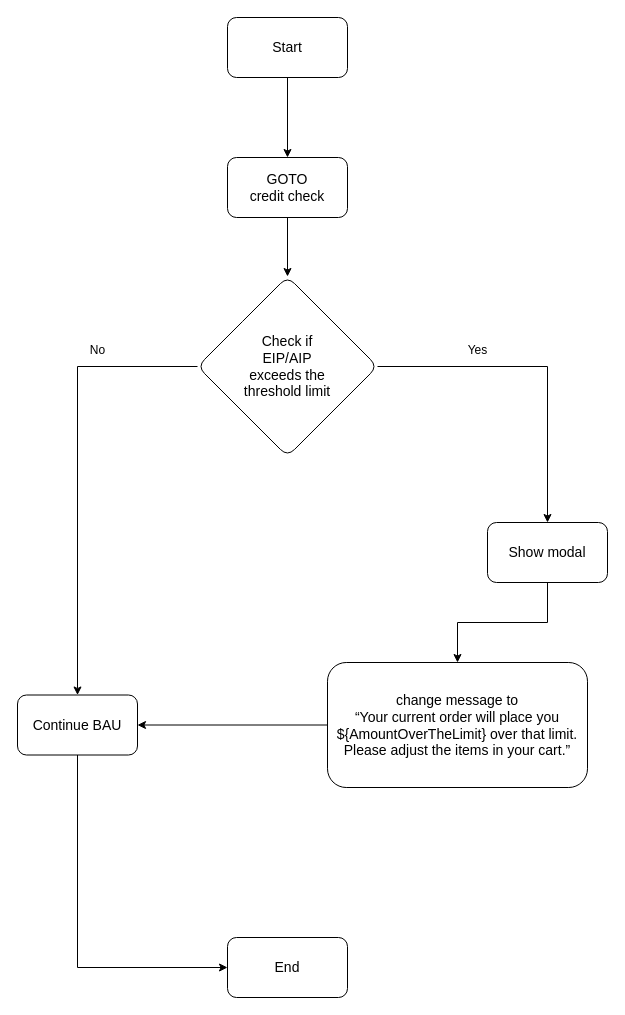
This is USCC-26075.drawio from PratikBali/flowchart, a draw.io file, before an edit. Source tidied: cells renumbered, new cells numbered last; positions are measured from the earlier drawing's top-left corner, leaving out a move shared by most shapes. Both pictures are drawn from the tidied source at 100%, with x=0, y=0 at pixel (17, 17).
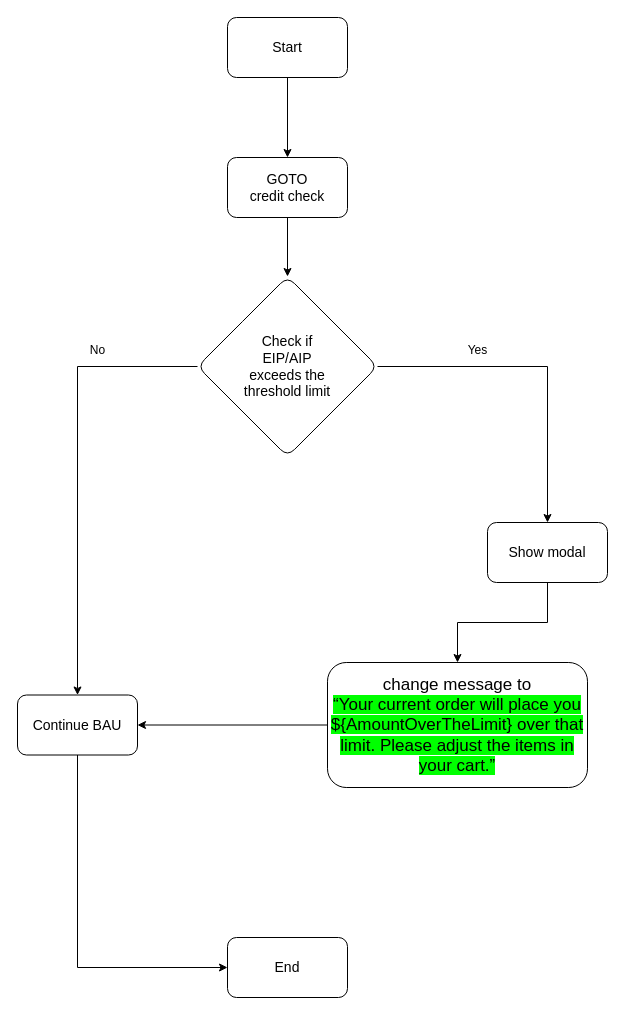
After the change.

Change to the diagram source:
```diff
@@
 <mxGraphModel>
   <root>
     <mxCell id="0" />
     <mxCell id="1" parent="0" />
     <mxCell id="2" style="edgeStyle=orthogonalEdgeStyle;rounded=0;jettySize=auto;html=1;fontSize=14;" parent="1" edge="1" source="3" target="5">
       <mxGeometry relative="1" as="geometry" />
     </mxCell>
     <mxCell id="3" value="Start" style="rounded=1;whiteSpace=wrap;html=1;fontSize=14;" parent="1" vertex="1">
       <mxGeometry x="210" width="120" height="60" as="geometry" />
     </mxCell>
     <mxCell id="4" style="edgeStyle=orthogonalEdgeStyle;rounded=0;jettySize=auto;html=1;fontSize=14;" parent="1" edge="1" source="5" target="8">
       <mxGeometry relative="1" as="geometry" />
     </mxCell>
     <mxCell id="5" value="GOTO &lt;br&gt;credit check" style="whiteSpace=wrap;html=1;rounded=1;fontSize=14;" parent="1" vertex="1">
       <mxGeometry x="210" y="140" width="120" height="60" as="geometry" />
     </mxCell>
     <mxCell id="6" style="edgeStyle=orthogonalEdgeStyle;rounded=0;jettySize=auto;html=1;" parent="1" edge="1" source="8" target="12">
       <mxGeometry relative="1" as="geometry" />
     </mxCell>
     <mxCell id="7" style="edgeStyle=orthogonalEdgeStyle;rounded=0;jettySize=auto;html=1;entryX=0.5;entryY=0;entryDx=0;entryDy=0;" parent="1" edge="1" source="8" target="10">
       <mxGeometry relative="1" as="geometry" />
     </mxCell>
     <mxCell id="8" value="Check if&lt;br&gt;EIP/AIP&lt;br style=&quot;font-size: 14px;&quot;&gt;exceeds the &lt;br style=&quot;font-size: 14px;&quot;&gt;threshold limit" style="rhombus;whiteSpace=wrap;html=1;rounded=1;fontSize=14;" parent="1" vertex="1">
       <mxGeometry x="180" y="259" width="180" height="180" as="geometry" />
     </mxCell>
     <mxCell id="9" style="edgeStyle=orthogonalEdgeStyle;rounded=0;jettySize=auto;html=1;" parent="1" edge="1" source="10" target="17">
       <mxGeometry relative="1" as="geometry">
         <Array as="points">
           <mxPoint x="60" y="950" />
         </Array>
       </mxGeometry>
     </mxCell>
     <mxCell id="10" value="Continue BAU" style="whiteSpace=wrap;html=1;fontSize=14;rounded=1;" parent="1" vertex="1">
       <mxGeometry y="677.5" width="120" height="60" as="geometry" />
     </mxCell>
     <mxCell id="11" style="edgeStyle=orthogonalEdgeStyle;rounded=0;jettySize=auto;html=1;" parent="1" edge="1" source="12" target="16">
       <mxGeometry relative="1" as="geometry" />
     </mxCell>
     <mxCell id="12" value="Show modal" style="whiteSpace=wrap;html=1;fontSize=14;rounded=1;" parent="1" vertex="1">
       <mxGeometry x="470" y="505" width="120" height="60" as="geometry" />
     </mxCell>
     <mxCell id="13" value="No" style="text;html=1;align=center;verticalAlign=middle;strokeColor=none;fillColor=none;" parent="1" vertex="1">
       <mxGeometry x="60" y="318" width="40" height="30" as="geometry" />
     </mxCell>
     <mxCell id="14" value="Yes" style="text;html=1;align=center;verticalAlign=middle;strokeColor=none;fillColor=none;" parent="1" vertex="1">
       <mxGeometry x="440" y="318" width="40" height="30" as="geometry" />
     </mxCell>
     <mxCell id="15" style="edgeStyle=orthogonalEdgeStyle;rounded=0;jettySize=auto;html=1;entryX=1;entryY=0.5;entryDx=0;entryDy=0;" parent="1" edge="1" source="16" target="10">
       <mxGeometry relative="1" as="geometry" />
     </mxCell>
-    <mxCell id="16" value="change message to&lt;br&gt;“Your current order will place you ${AmountOverTheLimit} over that limit. Please adjust the items in your cart.”" style="whiteSpace=wrap;html=1;fontSize=14;rounded=1;" parent="1" vertex="1">
+    <mxCell id="16" value="&lt;font style=&quot;font-size: 17px;&quot;&gt;change message to&lt;br&gt;&lt;span style=&quot;background-color: rgb(0, 255, 0);&quot;&gt;“Your current order will place you ${AmountOverTheLimit} over that limit. Please adjust the items in your cart.”&lt;/span&gt;&lt;/font&gt;" style="whiteSpace=wrap;html=1;fontSize=14;rounded=1;" parent="1" vertex="1">
       <mxGeometry x="310" y="645" width="260" height="125" as="geometry" />
     </mxCell>
     <mxCell id="17" value="End" style="whiteSpace=wrap;html=1;fontSize=14;rounded=1;" parent="1" vertex="1">
       <mxGeometry x="210" y="920" width="120" height="60" as="geometry" />
     </mxCell>
   </root>
 </mxGraphModel>
```
